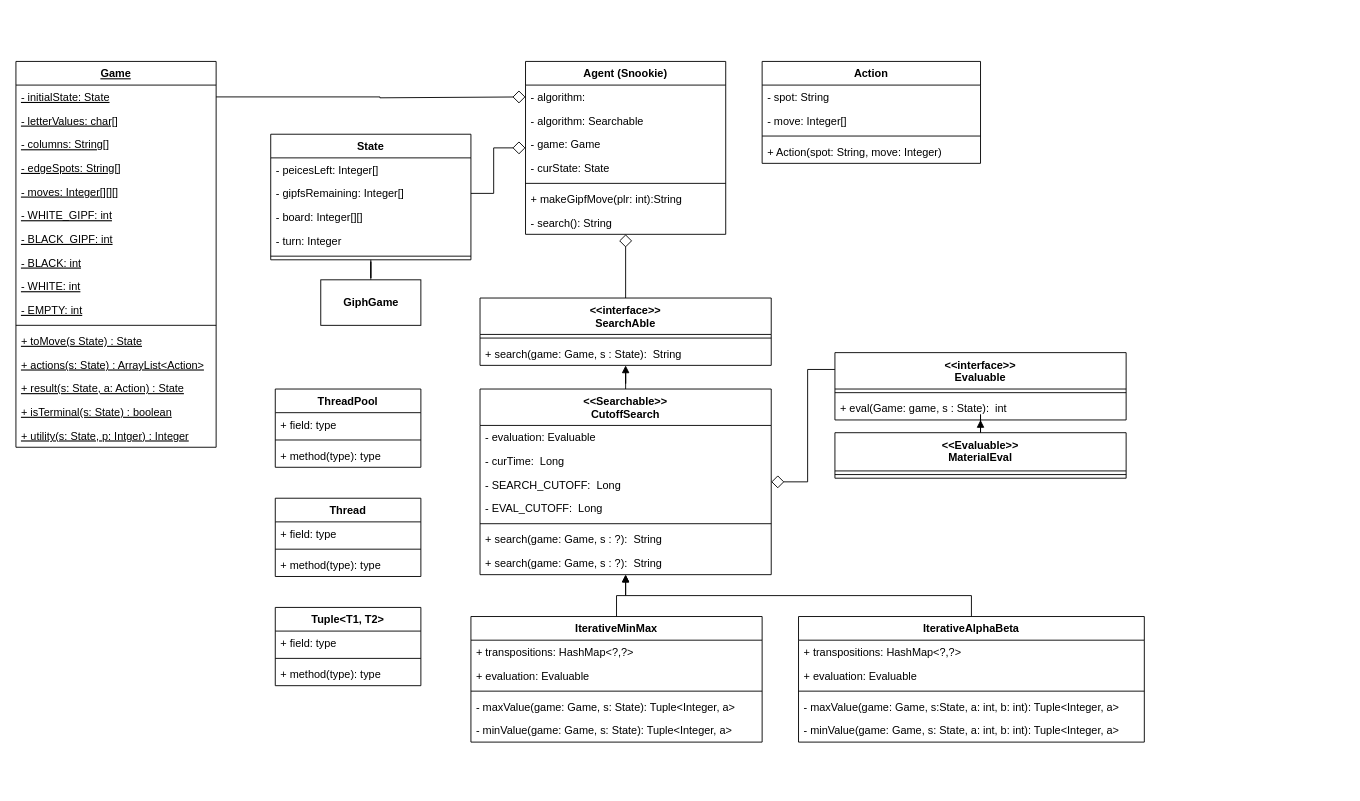
Above: diagrams/CSC3335_Project3.drawio in tone-man/tone-man-hancockcraveirocanfield_3335_project3 (draw.io), before the change. Source tidied: cells renumbered, new cells numbered last; positions are measured from the earlier drawing's top-left corner, leaving out a move shared by most shapes. Both pictures are drawn from the tidied source at 91%, with x=0, y=0 at pixel (15, 61).
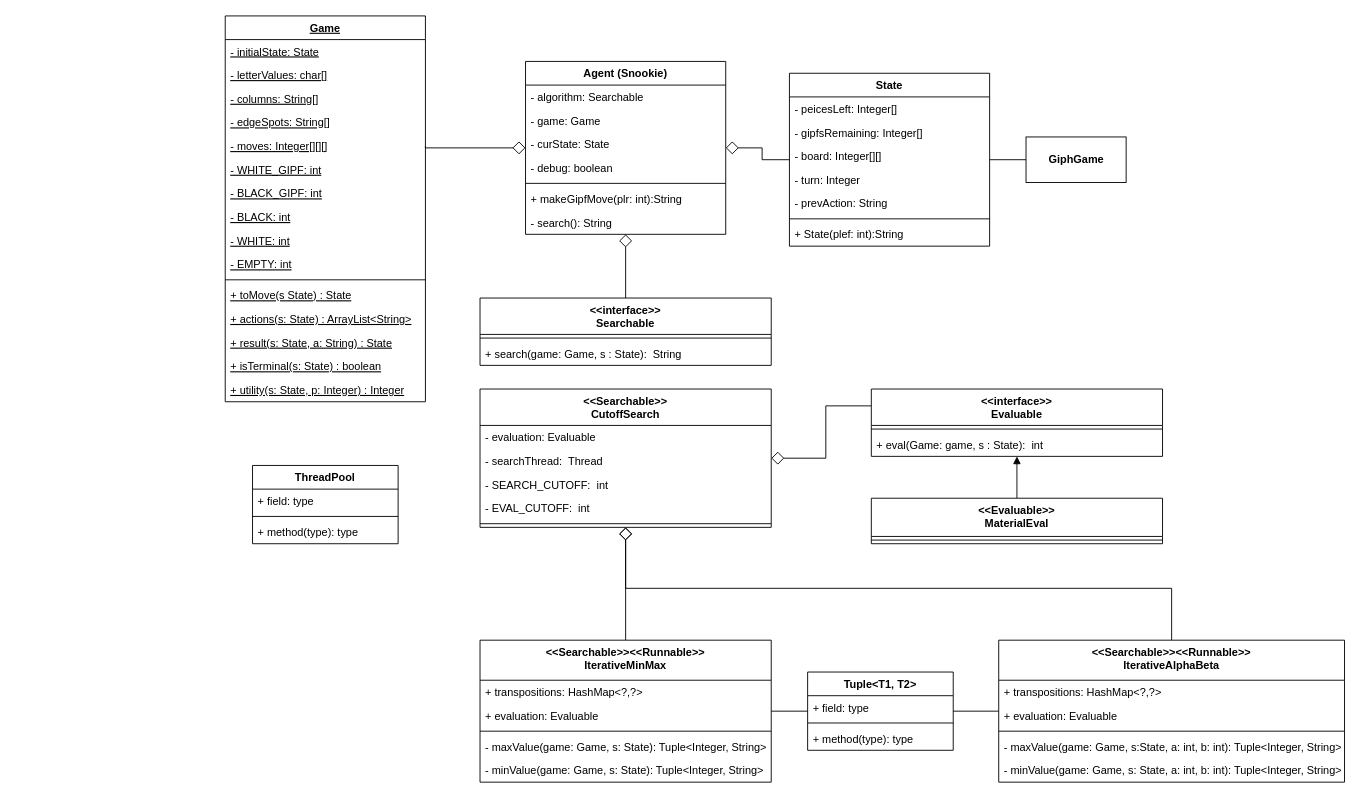
Above is the later version.

Commit message (it also covers changes not shown here):
More UML Think Tank

Figured out how to get the cutoff search to work, as well as how threading will work later if/when we add multithreading. This is huge. Now I must figure how to implement the transposition table, and then we should be good to go!

The change refers to these unchanged cells:
```xml
<mxCell id="2" value="Agent (Snookie)" style="swimlane;fontStyle=1;align=center;verticalAlign=top;horizontal=1;startSize=26;" parent="1" vertex="1">
  <mxGeometry x="560" width="220" height="190" as="geometry" />
</mxCell>
<mxCell id="22" value="- moves: Integer[][][]" style="text;strokeColor=none;fillColor=none;align=left;verticalAlign=top;spacingLeft=4;spacingRight=4;overflow=hidden;points=[[0,0.5],[1,0.5]];portConstraint=eastwest;fontStyle=4;" parent="17" vertex="1">
  <mxGeometry y="130" width="220" height="26" as="geometry" />
</mxCell>
<mxCell id="71" value="- gipfsRemaining: Integer[]" style="text;strokeColor=none;fillColor=none;align=left;verticalAlign=top;spacingLeft=4;spacingRight=4;overflow=hidden;points=[[0,0.5],[1,0.5]];portConstraint=eastwest;" parent="69" vertex="1">
  <mxGeometry y="52" width="220" height="26" as="geometry" />
</mxCell>
```

Change to the diagram source:
```diff
@@
-    <mxCell id="3" value="- algorithm:  " style="text;strokeColor=none;fillColor=none;align=left;verticalAlign=top;spacingLeft=4;spacingRight=4;overflow=hidden;points=[[0,0.5],[1,0.5]];portConstraint=eastwest;" parent="2" vertex="1">
-      <mxGeometry y="26" width="220" height="26" as="geometry" />
-    </mxCell>
     <mxCell id="4" value="- algorithm: Searchable  " style="text;strokeColor=none;fillColor=none;align=left;verticalAlign=top;spacingLeft=4;spacingRight=4;overflow=hidden;" parent="2" vertex="1">
-      <mxGeometry y="52" width="220" height="26" as="geometry" />
+      <mxGeometry y="26" width="220" height="26" as="geometry" />
     </mxCell>
     <mxCell id="5" value="- game: Game" style="text;strokeColor=none;fillColor=none;align=left;verticalAlign=top;spacingLeft=4;spacingRight=4;overflow=hidden;" parent="2" vertex="1">
-      <mxGeometry y="78" width="220" height="26" as="geometry" />
+      <mxGeometry y="52" width="220" height="26" as="geometry" />
     </mxCell>
+    <mxCell id="88" value="- curState: State" style="text;strokeColor=none;fillColor=none;align=left;verticalAlign=top;spacingLeft=4;spacingRight=4;overflow=hidden;" parent="2" vertex="1">
+      <mxGeometry y="78" width="220" height="26" as="geometry" />
+    </mxCell>
-    <mxCell id="6" value="- curState: State" style="text;strokeColor=none;fillColor=none;align=left;verticalAlign=top;spacingLeft=4;spacingRight=4;overflow=hidden;" parent="2" vertex="1">
+    <mxCell id="6" value="- debug: boolean" style="text;strokeColor=none;fillColor=none;align=left;verticalAlign=top;spacingLeft=4;spacingRight=4;overflow=hidden;" parent="2" vertex="1">
       <mxGeometry y="104" width="220" height="26" as="geometry" />
     </mxCell>
@@
-    <mxCell id="10" style="edgeStyle=orthogonalEdgeStyle;rounded=0;jettySize=auto;html=1;exitX=0.5;exitY=0;exitDx=0;exitDy=0;endArrow=block;endFill=1;" parent="1" edge="1" source="11" target="50">
+    <mxCell id="10" style="edgeStyle=orthogonalEdgeStyle;rounded=0;jettySize=auto;html=1;exitX=0.5;exitY=0;exitDx=0;exitDy=0;strokeWidth=1;endArrow=diamond;endFill=0;endSize=12;" parent="1" edge="1" source="11" target="50">
       <mxGeometry relative="1" as="geometry" />
     </mxCell>
-    <mxCell id="11" value="IterativeMinMax" style="swimlane;fontStyle=1;align=center;verticalAlign=top;horizontal=1;startSize=26;" parent="1" vertex="1">
-      <mxGeometry x="500" y="610" width="320" height="138" as="geometry" />
+    <mxCell id="11" value="&lt;&lt;Searchable&gt;&gt;&lt;&lt;Runnable&gt;&gt;&#10;IterativeMinMax" style="swimlane;fontStyle=1;align=center;verticalAlign=top;horizontal=1;startSize=44;" parent="1" vertex="1">
+      <mxGeometry x="510" y="636" width="320" height="156" as="geometry" />
     </mxCell>
     <mxCell id="12" value="+ transpositions: HashMap&lt;?,?&gt;" style="text;strokeColor=none;fillColor=none;align=left;verticalAlign=top;spacingLeft=4;spacingRight=4;overflow=hidden;" parent="11" vertex="1">
-      <mxGeometry y="26" width="320" height="26" as="geometry" />
+      <mxGeometry y="44" width="320" height="26" as="geometry" />
     </mxCell>
     <mxCell id="13" value="+ evaluation: Evaluable" style="text;strokeColor=none;fillColor=none;align=left;verticalAlign=top;spacingLeft=4;spacingRight=4;overflow=hidden;" parent="11" vertex="1">
-      <mxGeometry y="52" width="320" height="26" as="geometry" />
+      <mxGeometry y="70" width="320" height="26" as="geometry" />
     </mxCell>
     <mxCell id="14" style="line;strokeWidth=1;fillColor=none;align=left;verticalAlign=middle;spacingTop=-1;spacingLeft=3;spacingRight=3;labelPosition=right;strokeColor=inherit;" parent="11" vertex="1">
-      <mxGeometry y="78" width="320" height="8" as="geometry" />
+      <mxGeometry y="96" width="320" height="8" as="geometry" />
     </mxCell>
-    <mxCell id="15" value="- maxValue(game: Game, s: State): Tuple&lt;Integer, a&gt;" style="text;strokeColor=none;fillColor=none;align=left;verticalAlign=top;spacingLeft=4;spacingRight=4;overflow=hidden;" parent="11" vertex="1">
-      <mxGeometry y="86" width="320" height="26" as="geometry" />
+    <mxCell id="15" value="- maxValue(game: Game, s: State): Tuple&lt;Integer, String&gt;" style="text;strokeColor=none;fillColor=none;align=left;verticalAlign=top;spacingLeft=4;spacingRight=4;overflow=hidden;" parent="11" vertex="1">
+      <mxGeometry y="104" width="320" height="26" as="geometry" />
     </mxCell>
-    <mxCell id="16" value="- minValue(game: Game, s: State): Tuple&lt;Integer, a&gt; " style="text;strokeColor=none;fillColor=none;align=left;verticalAlign=top;spacingLeft=4;spacingRight=4;overflow=hidden;" parent="11" vertex="1">
-      <mxGeometry y="112" width="320" height="26" as="geometry" />
+    <mxCell id="16" value="- minValue(game: Game, s: State): Tuple&lt;Integer, String&gt; " style="text;strokeColor=none;fillColor=none;align=left;verticalAlign=top;spacingLeft=4;spacingRight=4;overflow=hidden;" parent="11" vertex="1">
+      <mxGeometry y="130" width="320" height="26" as="geometry" />
     </mxCell>
+    <mxCell id="89" style="edgeStyle=orthogonalEdgeStyle;rounded=0;jettySize=auto;html=1;endArrow=diamond;endFill=0;endSize=12;exitX=1;exitY=0.5;exitDx=0;exitDy=0;" parent="1" edge="1" source="22" target="2">
+      <mxGeometry relative="1" as="geometry">
+        <Array as="points">
+          <mxPoint x="450" y="95" />
+        </Array>
+      </mxGeometry>
+    </mxCell>
     <mxCell id="17" value="Game" style="swimlane;fontStyle=5;align=center;verticalAlign=top;horizontal=1;startSize=26;" parent="1" vertex="1">
-      <mxGeometry width="220" height="424" as="geometry" />
+      <mxGeometry x="230" y="-50" width="220" height="424" as="geometry" />
     </mxCell>
@@
-    <mxCell id="30" value="+ actions(s: State) : ArrayList&lt;Action&gt;" style="text;strokeColor=none;fillColor=none;align=left;verticalAlign=top;spacingLeft=4;spacingRight=4;overflow=hidden;fontStyle=4;" parent="17" vertex="1">
+    <mxCell id="30" value="+ actions(s: State) : ArrayList&lt;String&gt;" style="text;strokeColor=none;fillColor=none;align=left;verticalAlign=top;spacingLeft=4;spacingRight=4;overflow=hidden;fontStyle=4;" parent="17" vertex="1">
       <mxGeometry y="320" width="220" height="26" as="geometry" />
     </mxCell>
-    <mxCell id="31" value="+ result(s: State, a: Action) : State" style="text;strokeColor=none;fillColor=none;align=left;verticalAlign=top;spacingLeft=4;spacingRight=4;overflow=hidden;fontStyle=4;" parent="17" vertex="1">
+    <mxCell id="31" value="+ result(s: State, a: String) : State" style="text;strokeColor=none;fillColor=none;align=left;verticalAlign=top;spacingLeft=4;spacingRight=4;overflow=hidden;fontStyle=4;" parent="17" vertex="1">
       <mxGeometry y="346" width="220" height="26" as="geometry" />
     </mxCell>
@@
-    <mxCell id="33" value="+ utility(s: State, p: Intger) : Integer" style="text;strokeColor=none;fillColor=none;align=left;verticalAlign=top;spacingLeft=4;spacingRight=4;overflow=hidden;fontStyle=4;" parent="17" vertex="1">
+    <mxCell id="33" value="+ utility(s: State, p: Integer) : Integer" style="text;strokeColor=none;fillColor=none;align=left;verticalAlign=top;spacingLeft=4;spacingRight=4;overflow=hidden;fontStyle=4;" parent="17" vertex="1">
       <mxGeometry y="398" width="220" height="26" as="geometry" />
     </mxCell>
-    <mxCell id="34" style="edgeStyle=orthogonalEdgeStyle;rounded=0;jettySize=auto;html=1;exitX=0.5;exitY=0;exitDx=0;exitDy=0;endArrow=block;endFill=1;" parent="1" edge="1" source="35" target="50">
+    <mxCell id="34" style="edgeStyle=orthogonalEdgeStyle;rounded=0;jettySize=auto;html=1;exitX=0.5;exitY=0;exitDx=0;exitDy=0;strokeWidth=1;endArrow=diamond;endFill=0;endSize=12;" parent="1" edge="1" source="35" target="50">
       <mxGeometry relative="1" as="geometry" />
     </mxCell>
-    <mxCell id="35" value="IterativeAlphaBeta" style="swimlane;fontStyle=1;align=center;verticalAlign=top;horizontal=1;startSize=26;" parent="1" vertex="1">
-      <mxGeometry x="860" y="610" width="380" height="138" as="geometry" />
+    <mxCell id="35" value="&lt;&lt;Searchable&gt;&gt;&lt;&lt;Runnable&gt;&gt;&#10;IterativeAlphaBeta" style="swimlane;fontStyle=1;align=center;verticalAlign=top;horizontal=1;startSize=44;" parent="1" vertex="1">
+      <mxGeometry x="1080" y="636" width="380" height="156" as="geometry" />
     </mxCell>
     <mxCell id="36" value="+ transpositions: HashMap&lt;?,?&gt;" style="text;strokeColor=none;fillColor=none;align=left;verticalAlign=top;spacingLeft=4;spacingRight=4;overflow=hidden;" parent="35" vertex="1">
-      <mxGeometry y="26" width="380" height="26" as="geometry" />
+      <mxGeometry y="44" width="380" height="26" as="geometry" />
     </mxCell>
     <mxCell id="37" value="+ evaluation: Evaluable" style="text;strokeColor=none;fillColor=none;align=left;verticalAlign=top;spacingLeft=4;spacingRight=4;overflow=hidden;" parent="35" vertex="1">
-      <mxGeometry y="52" width="380" height="26" as="geometry" />
+      <mxGeometry y="70" width="380" height="26" as="geometry" />
     </mxCell>
     <mxCell id="38" style="line;strokeWidth=1;fillColor=none;align=left;verticalAlign=middle;spacingTop=-1;spacingLeft=3;spacingRight=3;labelPosition=right;strokeColor=inherit;" parent="35" vertex="1">
-      <mxGeometry y="78" width="380" height="8" as="geometry" />
+      <mxGeometry y="96" width="380" height="8" as="geometry" />
     </mxCell>
-    <mxCell id="39" value="- maxValue(game: Game, s:State, a: int, b: int): Tuple&lt;Integer, a&gt;" style="text;strokeColor=none;fillColor=none;align=left;verticalAlign=top;spacingLeft=4;spacingRight=4;overflow=hidden;" parent="35" vertex="1">
-      <mxGeometry y="86" width="380" height="26" as="geometry" />
+    <mxCell id="39" value="- maxValue(game: Game, s:State, a: int, b: int): Tuple&lt;Integer, String&gt;" style="text;strokeColor=none;fillColor=none;align=left;verticalAlign=top;spacingLeft=4;spacingRight=4;overflow=hidden;" parent="35" vertex="1">
+      <mxGeometry y="104" width="380" height="26" as="geometry" />
     </mxCell>
-    <mxCell id="40" value="- minValue(game: Game, s: State, a: int, b: int): Tuple&lt;Integer, a&gt; " style="text;strokeColor=none;fillColor=none;align=left;verticalAlign=top;spacingLeft=4;spacingRight=4;overflow=hidden;" parent="35" vertex="1">
-      <mxGeometry y="112" width="380" height="26" as="geometry" />
+    <mxCell id="40" value="- minValue(game: Game, s: State, a: int, b: int): Tuple&lt;Integer, String&gt; " style="text;strokeColor=none;fillColor=none;align=left;verticalAlign=top;spacingLeft=4;spacingRight=4;overflow=hidden;" parent="35" vertex="1">
+      <mxGeometry y="130" width="380" height="26" as="geometry" />
     </mxCell>
     <mxCell id="41" value="ThreadPool" style="swimlane;fontStyle=1;align=center;verticalAlign=top;horizontal=1;startSize=26;" parent="1" vertex="1">
-      <mxGeometry x="285" y="360" width="160" height="86" as="geometry" />
+      <mxGeometry x="260" y="444" width="160" height="86" as="geometry" />
     </mxCell>
@@
-    <mxCell id="45" value="Thread" style="swimlane;fontStyle=1;align=center;verticalAlign=top;horizontal=1;startSize=26;" parent="1" vertex="1">
-      <mxGeometry x="285" y="480" width="160" height="86" as="geometry" />
-    </mxCell>
-    <mxCell id="46" value="+ field: type" style="text;strokeColor=none;fillColor=none;align=left;verticalAlign=top;spacingLeft=4;spacingRight=4;overflow=hidden;" parent="45" vertex="1">
-      <mxGeometry y="26" width="160" height="26" as="geometry" />
-    </mxCell>
-    <mxCell id="47" style="line;strokeWidth=1;fillColor=none;align=left;verticalAlign=middle;spacingTop=-1;spacingLeft=3;spacingRight=3;labelPosition=right;strokeColor=inherit;" parent="45" vertex="1">
-      <mxGeometry y="52" width="160" height="8" as="geometry" />
-    </mxCell>
-    <mxCell id="48" value="+ method(type): type" style="text;strokeColor=none;fillColor=none;align=left;verticalAlign=top;spacingLeft=4;spacingRight=4;overflow=hidden;" parent="45" vertex="1">
-      <mxGeometry y="60" width="160" height="26" as="geometry" />
-    </mxCell>
-    <mxCell id="49" style="edgeStyle=orthogonalEdgeStyle;rounded=0;jettySize=auto;html=1;exitX=0.5;exitY=0;exitDx=0;exitDy=0;endArrow=block;endFill=1;" parent="1" edge="1" source="50" target="66">
-      <mxGeometry relative="1" as="geometry" />
-    </mxCell>
     <mxCell id="50" value="&lt;&lt;Searchable&gt;&gt;&#10;CutoffSearch" style="swimlane;fontStyle=1;align=center;verticalAlign=top;horizontal=1;startSize=40;" parent="1" vertex="1">
-      <mxGeometry x="510" y="360" width="320" height="204" as="geometry" />
+      <mxGeometry x="510" y="360" width="320" height="152" as="geometry" />
     </mxCell>
@@
-    <mxCell id="52" value="- curTime:  Long" style="text;strokeColor=none;fillColor=none;align=left;verticalAlign=top;spacingLeft=4;spacingRight=4;overflow=hidden;" parent="50" vertex="1">
-      <mxGeometry y="66" width="320" height="26" as="geometry" />
-    </mxCell>
+    <mxCell id="90" value="- searchThread:  Thread" style="text;strokeColor=none;fillColor=none;align=left;verticalAlign=top;spacingLeft=4;spacingRight=4;overflow=hidden;" parent="50" vertex="1">
+      <mxGeometry y="66" width="320" height="26" as="geometry" />
+    </mxCell>
-    <mxCell id="53" value="- SEARCH_CUTOFF:  Long" style="text;strokeColor=none;fillColor=none;align=left;verticalAlign=top;spacingLeft=4;spacingRight=4;overflow=hidden;" parent="50" vertex="1">
+    <mxCell id="53" value="- SEARCH_CUTOFF:  int" style="text;strokeColor=none;fillColor=none;align=left;verticalAlign=top;spacingLeft=4;spacingRight=4;overflow=hidden;" parent="50" vertex="1">
       <mxGeometry y="92" width="320" height="26" as="geometry" />
     </mxCell>
-    <mxCell id="54" value="- EVAL_CUTOFF:  Long" style="text;strokeColor=none;fillColor=none;align=left;verticalAlign=top;spacingLeft=4;spacingRight=4;overflow=hidden;" parent="50" vertex="1">
+    <mxCell id="54" value="- EVAL_CUTOFF:  int" style="text;strokeColor=none;fillColor=none;align=left;verticalAlign=top;spacingLeft=4;spacingRight=4;overflow=hidden;" parent="50" vertex="1">
       <mxGeometry y="118" width="320" height="26" as="geometry" />
     </mxCell>
@@
-    <mxCell id="56" value="+ search(game: Game, s : ?):  String" style="text;strokeColor=none;fillColor=none;align=left;verticalAlign=top;spacingLeft=4;spacingRight=4;overflow=hidden;" parent="50" vertex="1">
-      <mxGeometry y="152" width="320" height="26" as="geometry" />
-    </mxCell>
-    <mxCell id="57" value="+ search(game: Game, s : ?):  String" style="text;strokeColor=none;fillColor=none;align=left;verticalAlign=top;spacingLeft=4;spacingRight=4;overflow=hidden;" parent="50" vertex="1">
-      <mxGeometry y="178" width="320" height="26" as="geometry" />
-    </mxCell>
@@
     <mxCell id="59" value="&lt;&lt;interface&gt;&gt;&#10;Evaluable" style="swimlane;fontStyle=1;align=center;verticalAlign=top;horizontal=1;startSize=40;" parent="1" vertex="1">
-      <mxGeometry x="900" y="320" width="320" height="74" as="geometry" />
+      <mxGeometry x="940" y="360" width="320" height="74" as="geometry" />
     </mxCell>
@@
     <mxCell id="63" value="&lt;&lt;Evaluable&gt;&gt;&#10;MaterialEval" style="swimlane;fontStyle=1;align=center;verticalAlign=top;horizontal=1;startSize=42;" parent="1" vertex="1">
-      <mxGeometry x="900" y="408" width="320" height="50" as="geometry" />
+      <mxGeometry x="940" y="480" width="320" height="50" as="geometry" />
     </mxCell>
@@
-    <mxCell id="66" value="&lt;&lt;interface&gt;&gt;&#10;SearchAble" style="swimlane;fontStyle=1;align=center;verticalAlign=top;horizontal=1;startSize=40;" parent="1" vertex="1">
+    <mxCell id="66" value="&lt;&lt;interface&gt;&gt;&#10;Searchable" style="swimlane;fontStyle=1;align=center;verticalAlign=top;horizontal=1;startSize=40;" parent="1" vertex="1">
       <mxGeometry x="510" y="260" width="320" height="74" as="geometry" />
     </mxCell>
@@
     <mxCell id="69" value="State" style="swimlane;fontStyle=1;align=center;verticalAlign=top;horizontal=1;startSize=26;" parent="1" vertex="1">
-      <mxGeometry x="280" y="80" width="220" height="138" as="geometry" />
+      <mxGeometry x="850" y="13" width="220" height="190" as="geometry" />
     </mxCell>
@@
+    <mxCell id="91" value="- prevAction: String" style="text;strokeColor=none;fillColor=none;align=left;verticalAlign=top;spacingLeft=4;spacingRight=4;overflow=hidden;" parent="69" vertex="1">
+      <mxGeometry y="130" width="220" height="26" as="geometry" />
+    </mxCell>
     <mxCell id="74" style="line;strokeWidth=1;fillColor=none;align=left;verticalAlign=middle;spacingTop=-1;spacingLeft=3;spacingRight=3;labelPosition=right;strokeColor=inherit;" parent="69" vertex="1">
-      <mxGeometry y="130" width="220" height="8" as="geometry" />
+      <mxGeometry y="156" width="220" height="8" as="geometry" />
     </mxCell>
-    <mxCell id="75" style="edgeStyle=orthogonalEdgeStyle;rounded=0;jettySize=auto;html=1;exitX=1;exitY=0.5;exitDx=0;exitDy=0;endArrow=diamond;endFill=0;entryX=0;entryY=0.5;entryDx=0;entryDy=0;endSize=12;" parent="1" edge="1" target="3">
-      <mxGeometry relative="1" as="geometry">
-        <mxPoint x="220" y="39" as="sourcePoint" />
-        <Array as="points">
-          <mxPoint x="400" y="39" />
-          <mxPoint x="570" y="40" />
-        </Array>
-      </mxGeometry>
-    </mxCell>
+    <mxCell id="92" value="+ State(plef: int):String" style="text;strokeColor=none;fillColor=none;align=left;verticalAlign=top;spacingLeft=4;spacingRight=4;overflow=hidden;" parent="69" vertex="1">
+      <mxGeometry y="164" width="220" height="26" as="geometry" />
+    </mxCell>
-    <mxCell id="76" style="edgeStyle=orthogonalEdgeStyle;rounded=0;jettySize=auto;html=1;exitX=0.5;exitY=0;exitDx=0;exitDy=0;endArrow=none;endFill=0;endSize=12;" parent="1" edge="1" source="77" target="69">
+    <mxCell id="76" style="edgeStyle=orthogonalEdgeStyle;rounded=0;jettySize=auto;html=1;exitX=0;exitY=0.5;exitDx=0;exitDy=0;endArrow=none;endFill=0;endSize=12;" parent="1" edge="1" source="77" target="69">
       <mxGeometry relative="1" as="geometry" />
     </mxCell>
     <mxCell id="77" value="&lt;b&gt;GiphGame&lt;/b&gt;" style="html=1;" parent="1" vertex="1">
-      <mxGeometry x="335" y="240" width="110" height="50" as="geometry" />
+      <mxGeometry x="1110" y="83" width="110" height="50" as="geometry" />
     </mxCell>
-    <mxCell id="78" style="edgeStyle=orthogonalEdgeStyle;rounded=0;jettySize=auto;html=1;exitX=1;exitY=0.5;exitDx=0;exitDy=0;endArrow=diamond;endFill=0;endSize=12;" parent="1" edge="1" source="71" target="2">
+    <mxCell id="78" style="edgeStyle=orthogonalEdgeStyle;rounded=0;jettySize=auto;html=1;endArrow=diamond;endFill=0;endSize=12;" parent="1" edge="1" source="69" target="2">
       <mxGeometry relative="1" as="geometry" />
     </mxCell>
+    <mxCell id="93" style="edgeStyle=orthogonalEdgeStyle;rounded=0;jettySize=auto;html=1;endArrow=none;endFill=0;endSize=12;" parent="1" edge="1" source="79" target="35">
+      <mxGeometry relative="1" as="geometry" />
+    </mxCell>
+    <mxCell id="94" style="edgeStyle=orthogonalEdgeStyle;rounded=0;jettySize=auto;html=1;exitX=0;exitY=0.5;exitDx=0;exitDy=0;endArrow=none;endFill=0;endSize=12;" parent="1" edge="1" source="79" target="11">
+      <mxGeometry relative="1" as="geometry" />
+    </mxCell>
     <mxCell id="79" value="Tuple&lt;T1, T2&gt;" style="swimlane;fontStyle=1;align=center;verticalAlign=top;horizontal=1;startSize=26;" parent="1" vertex="1">
-      <mxGeometry x="285" y="600" width="160" height="86" as="geometry" />
+      <mxGeometry x="870" y="671" width="160" height="86" as="geometry" />
     </mxCell>
@@
-    <mxCell id="83" value="Action" style="swimlane;fontStyle=1;align=center;verticalAlign=top;horizontal=1;startSize=26;" parent="1" vertex="1">
-      <mxGeometry x="820" width="240" height="112" as="geometry" />
-    </mxCell>
-    <mxCell id="84" value="- spot: String" style="text;strokeColor=none;fillColor=none;align=left;verticalAlign=top;spacingLeft=4;spacingRight=4;overflow=hidden;" parent="83" vertex="1">
-      <mxGeometry y="26" width="240" height="26" as="geometry" />
-    </mxCell>
-    <mxCell id="85" value="- move: Integer[]" style="text;strokeColor=none;fillColor=none;align=left;verticalAlign=top;spacingLeft=4;spacingRight=4;overflow=hidden;" parent="83" vertex="1">
-      <mxGeometry y="52" width="240" height="26" as="geometry" />
-    </mxCell>
-    <mxCell id="86" style="line;strokeWidth=1;fillColor=none;align=left;verticalAlign=middle;spacingTop=-1;spacingLeft=3;spacingRight=3;labelPosition=right;strokeColor=inherit;" parent="83" vertex="1">
-      <mxGeometry y="78" width="240" height="8" as="geometry" />
-    </mxCell>
-    <mxCell id="87" value="+ Action(spot: String, move: Integer)" style="text;strokeColor=none;fillColor=none;align=left;verticalAlign=top;spacingLeft=4;spacingRight=4;overflow=hidden;" parent="83" vertex="1">
-      <mxGeometry y="86" width="240" height="26" as="geometry" />
-    </mxCell>
```
